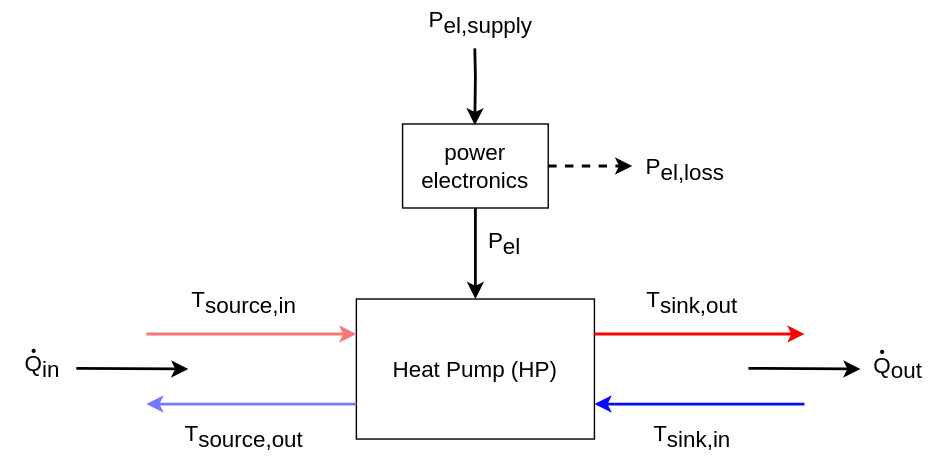
The draw.io diagram docs/fig/221006_HeatPump_Energyflow.svg in QuaSi-Software/Documentation, before a commit. Source tidied: cells renumbered, new cells last; positions are measured from the earlier drawing's top-left corner, leaving out a move shared by most shapes.
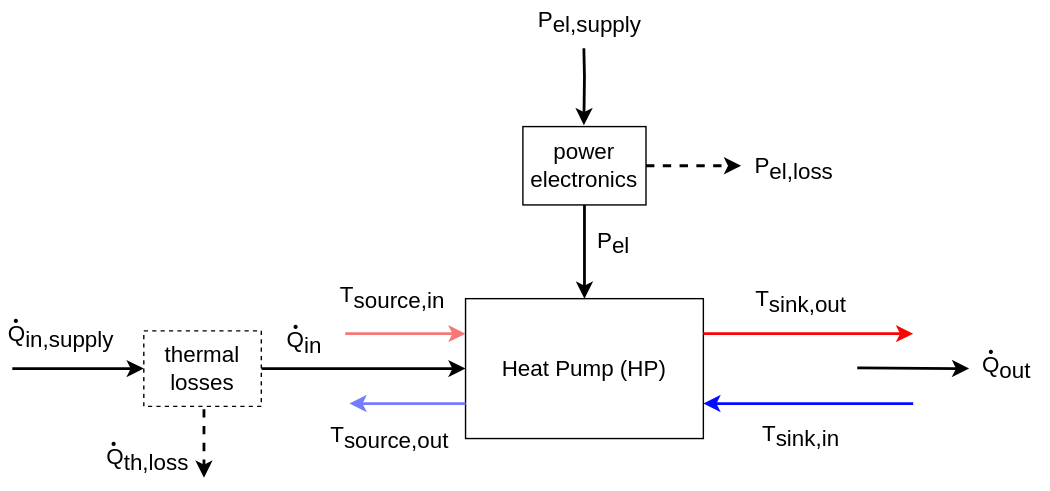
The same file after the commit.

Commit message:
add description of losses to the heat pump model

What changed in the source:
```diff
@@ -5,10 +5,10 @@
     <mxCell id="2" value="&lt;font style=&quot;font-size: 16px;&quot;&gt;Heat Pump (HP)&lt;/font&gt;" style="rounded=0;whiteSpace=wrap;html=1;fontSize=16;" parent="1" vertex="1">
       <mxGeometry x="254" y="213" width="170" height="100" as="geometry" />
     </mxCell>
-    <mxCell id="3" style="endArrow=classic;html=1;rounded=0;entryX=0;entryY=0.25;entryDx=0;entryDy=0;strokeWidth=2;strokeColor=#757AFF;fontSize=16;" parent="1" edge="1">
+    <mxCell id="3" style="endArrow=classic;html=1;rounded=0;strokeWidth=2;strokeColor=#757AFF;fontSize=16;" parent="1" edge="1">
       <mxGeometry relative="1" as="geometry">
         <mxPoint x="254" y="288" as="sourcePoint" />
-        <mxPoint x="104" y="288" as="targetPoint" />
+        <mxPoint x="171" y="288" as="targetPoint" />
       </mxGeometry>
     </mxCell>
     <mxCell id="4" style="endArrow=classic;html=1;rounded=0;entryX=0;entryY=0.25;entryDx=0;entryDy=0;strokeWidth=2;strokeColor=#F70505;fontSize=16;" parent="1" edge="1">
@@ -25,27 +25,21 @@
     </mxCell>
     <mxCell id="6" style="endArrow=classic;html=1;rounded=0;entryX=0;entryY=0.25;entryDx=0;entryDy=0;strokeWidth=2;fillColor=#f8cecc;strokeColor=#F77777;fontColor=#FF4A4A;fontSize=16;" parent="1" edge="1">
       <mxGeometry relative="1" as="geometry">
-        <mxPoint x="104" y="238" as="sourcePoint" />
+        <mxPoint x="168" y="238" as="sourcePoint" />
         <mxPoint x="254" y="238" as="targetPoint" />
       </mxGeometry>
     </mxCell>
     <mxCell id="7" style="endArrow=classic;html=1;rounded=0;strokeColor=#000000;strokeWidth=2;fontSize=16;entryX=0.5;entryY=0;entryDx=0;entryDy=0;exitX=0.5;exitY=1;exitDx=0;exitDy=0;" parent="1" edge="1" source="18" target="2">
       <mxGeometry relative="1" as="geometry" />
     </mxCell>
-    <mxCell id="8" style="endArrow=classic;html=1;rounded=0;strokeWidth=2;fillColor=#f8cecc;strokeColor=#000000;fontSize=16;" parent="1" edge="1">
-      <mxGeometry relative="1" as="geometry">
-        <mxPoint x="54" y="262.5" as="sourcePoint" />
-        <mxPoint x="134" y="263" as="targetPoint" />
-      </mxGeometry>
-    </mxCell>
     <mxCell id="9" style="endArrow=classic;html=1;rounded=0;strokeWidth=2;fillColor=#f8cecc;strokeColor=#000000;fontSize=16;" parent="1" edge="1">
       <mxGeometry relative="1" as="geometry">
         <mxPoint x="534" y="262.5" as="sourcePoint" />
         <mxPoint x="614" y="263" as="targetPoint" />
       </mxGeometry>
     </mxCell>
-    <mxCell id="10" value="Q&lt;sub style=&quot;font-size: 16px;&quot;&gt;in&lt;/sub&gt;" style="text;html=1;strokeColor=none;fillColor=none;align=center;verticalAlign=middle;whiteSpace=wrap;rounded=0;fontSize=16;" parent="1" vertex="1">
-      <mxGeometry y="246" width="60" height="30" as="geometry" />
+    <mxCell id="10" value="Q&lt;sub style=&quot;font-size: 16px;&quot;&gt;in,supply&lt;/sub&gt;" style="text;html=1;strokeColor=none;fillColor=none;align=center;verticalAlign=middle;whiteSpace=wrap;rounded=0;fontSize=16;" parent="1" vertex="1">
+      <mxGeometry x="-65" y="225" width="60" height="30" as="geometry" />
     </mxCell>
     <mxCell id="11" value="Q&lt;sub style=&quot;font-size: 16px;&quot;&gt;out&lt;/sub&gt;" style="text;html=1;strokeColor=none;fillColor=none;align=center;verticalAlign=middle;whiteSpace=wrap;rounded=0;fontSize=16;" parent="1" vertex="1">
       <mxGeometry x="611" y="247" width="60" height="30" as="geometry" />
@@ -54,13 +48,13 @@
       <mxGeometry x="330" y="158" width="60" height="30" as="geometry" />
     </mxCell>
     <mxCell id="13" value="." style="text;html=1;strokeColor=none;fillColor=none;align=center;verticalAlign=middle;whiteSpace=wrap;rounded=0;fontSize=25;fontFamily=Garamond;" parent="1" vertex="1">
-      <mxGeometry x="21" y="237" width="6" height="12" as="geometry" />
+      <mxGeometry x="-70" y="216" width="6" height="12" as="geometry" />
     </mxCell>
     <mxCell id="14" value="T&lt;sub style=&quot;font-size: 16px;&quot;&gt;source,in&lt;/sub&gt;" style="text;html=1;strokeColor=none;fillColor=none;align=center;verticalAlign=middle;whiteSpace=wrap;rounded=0;fontSize=16;" parent="1" vertex="1">
-      <mxGeometry x="144" y="200" width="60" height="30" as="geometry" />
+      <mxGeometry x="172" y="197" width="60" height="30" as="geometry" />
     </mxCell>
     <mxCell id="15" value="T&lt;sub style=&quot;font-size: 16px;&quot;&gt;source,out&lt;/sub&gt;" style="text;html=1;strokeColor=none;fillColor=none;align=center;verticalAlign=middle;whiteSpace=wrap;rounded=0;fontSize=16;" parent="1" vertex="1">
-      <mxGeometry x="144" y="296" width="60" height="30" as="geometry" />
+      <mxGeometry x="170" y="297" width="60" height="30" as="geometry" />
     </mxCell>
     <mxCell id="16" value="T&lt;sub style=&quot;font-size: 16px;&quot;&gt;sink,out&lt;/sub&gt;" style="text;html=1;strokeColor=none;fillColor=none;align=center;verticalAlign=middle;whiteSpace=wrap;rounded=0;fontSize=16;" parent="1" vertex="1">
       <mxGeometry x="464" y="200" width="60" height="30" as="geometry" />
@@ -69,7 +63,7 @@
       <mxGeometry x="464" y="296" width="60" height="30" as="geometry" />
     </mxCell>
     <mxCell id="18" value="&lt;font color=&quot;#000000&quot;&gt;power electronics&lt;/font&gt;" style="rounded=0;whiteSpace=wrap;html=1;fontSize=16;fontColor=#FF4A4A;" parent="1" vertex="1">
-      <mxGeometry x="287" y="88" width="104" height="60" as="geometry" />
+      <mxGeometry x="295" y="90" width="88" height="56" as="geometry" />
     </mxCell>
     <mxCell id="19" style="endArrow=classic;html=1;rounded=0;strokeColor=#000000;strokeWidth=2;fontSize=16;entryX=0.5;entryY=0;entryDx=0;entryDy=0;exitX=0.5;exitY=1;exitDx=0;exitDy=0;" parent="1" edge="1">
       <mxGeometry relative="1" as="geometry">
@@ -97,5 +91,34 @@
     <mxCell id="23" value="." style="text;html=1;strokeColor=none;fillColor=none;align=center;verticalAlign=middle;whiteSpace=wrap;rounded=0;fontSize=25;fontFamily=Garamond;" parent="1" vertex="1">
       <mxGeometry x="627" y="238" width="6" height="12" as="geometry" />
     </mxCell>
+    <mxCell id="24" style="endArrow=classic;html=1;rounded=0;strokeColor=#000000;strokeWidth=2;fontSize=16;exitX=1;exitY=0.5;exitDx=0;exitDy=0;dashed=1;" parent="1" edge="1">
+      <mxGeometry relative="1" as="geometry">
+        <mxPoint x="67" y="292" as="sourcePoint" />
+        <mxPoint x="67" y="341" as="targetPoint" />
+      </mxGeometry>
+    </mxCell>
+    <mxCell id="25" value="&lt;span style=&quot;font-size: 16px;&quot;&gt;Q&lt;sub style=&quot;font-size: 16px;&quot;&gt;th,loss&lt;/sub&gt;&lt;/span&gt;" style="text;html=1;strokeColor=none;fillColor=none;align=center;verticalAlign=middle;whiteSpace=wrap;rounded=0;fontSize=16;" parent="1" vertex="1">
+      <mxGeometry x="-3" y="313" width="60" height="30" as="geometry" />
+    </mxCell>
+    <mxCell id="26" value="." style="text;html=1;strokeColor=none;fillColor=none;align=center;verticalAlign=middle;whiteSpace=wrap;rounded=0;fontSize=25;fontFamily=Garamond;" parent="1" vertex="1">
+      <mxGeometry y="304" width="6" height="12" as="geometry" />
+    </mxCell>
+    <mxCell id="27" style="edgeStyle=orthogonalEdgeStyle;rounded=0;jettySize=auto;html=1;strokeWidth=2;entryX=0;entryY=0.5;entryDx=0;entryDy=0;" parent="1" edge="1" source="28" target="2">
+      <mxGeometry relative="1" as="geometry" />
+    </mxCell>
+    <mxCell id="28" value="&lt;font color=&quot;#000000&quot;&gt;thermal losses&lt;/font&gt;" style="rounded=0;whiteSpace=wrap;html=1;fontSize=16;dashed=1;" parent="1" vertex="1">
+      <mxGeometry x="24" y="236" width="84" height="54" as="geometry" />
+    </mxCell>
+    <mxCell id="8" style="endArrow=classic;html=1;rounded=0;strokeWidth=2;fillColor=#f8cecc;strokeColor=#000000;fontSize=16;entryX=0;entryY=0.5;entryDx=0;entryDy=0;" parent="1" edge="1" target="28">
+      <mxGeometry relative="1" as="geometry">
+        <mxPoint x="-70" y="263" as="sourcePoint" />
+      </mxGeometry>
+    </mxCell>
+    <mxCell id="29" value="Q&lt;sub style=&quot;font-size: 16px;&quot;&gt;in&lt;/sub&gt;" style="text;html=1;strokeColor=none;fillColor=none;align=center;verticalAlign=middle;whiteSpace=wrap;rounded=0;fontSize=16;" parent="1" vertex="1">
+      <mxGeometry x="109" y="229" width="60" height="30" as="geometry" />
+    </mxCell>
+    <mxCell id="30" value="." style="text;html=1;strokeColor=none;fillColor=none;align=center;verticalAlign=middle;whiteSpace=wrap;rounded=0;fontSize=25;fontFamily=Garamond;" parent="1" vertex="1">
+      <mxGeometry x="130" y="220" width="6" height="12" as="geometry" />
+    </mxCell>
   </root>
 </mxGraphModel>
```
